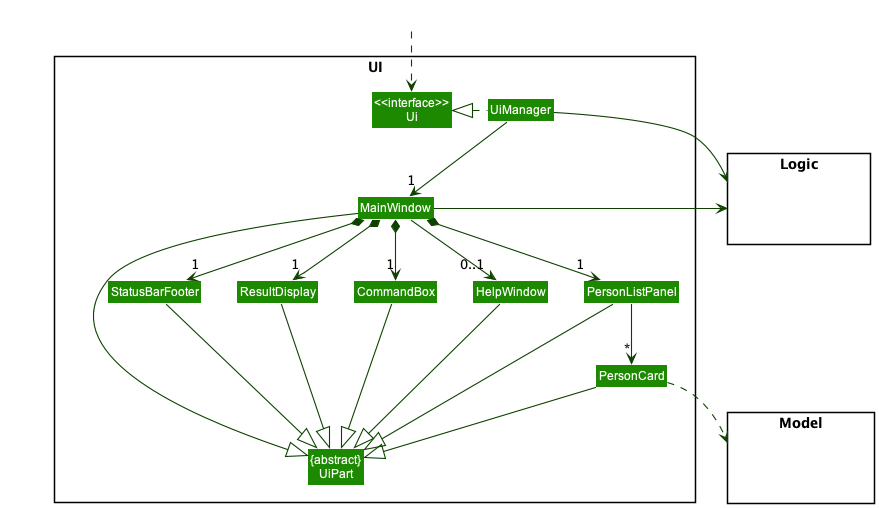
Before: docs/images/UiClassDiagram.png, a diagram exported from PlantUML (nus-cs2103-AY2223S2/tp).
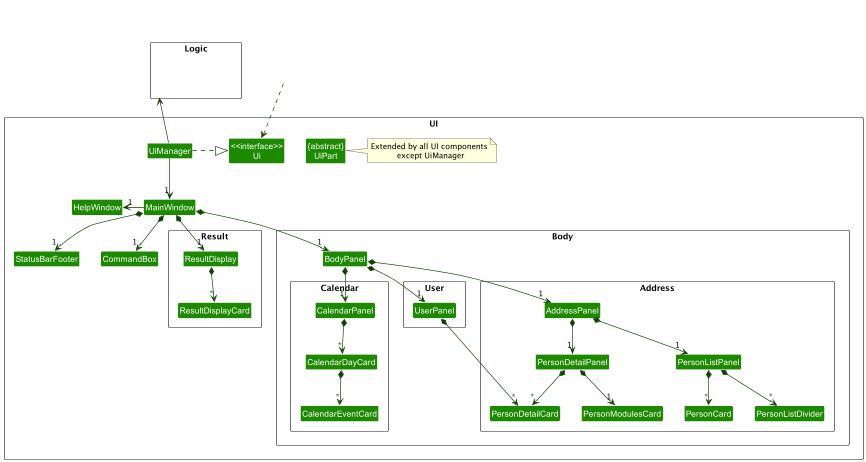
After the commit.

The edit, as a diff of the source:
```diff
@@ -10,15 +10,37 @@
 Class UiManager
 Class MainWindow
 Class HelpWindow
-Class ResultDisplay
-Class PersonListPanel
-Class PersonCard
 Class StatusBarFooter
 Class CommandBox
+
+package Body <<Rectangle>> {
+package User <<Rectangle>> {
+Class UserPanel
+}
+package Calendar <<Rectangle>> {
+Class CalendarPanel
+Class CalendarDayCard
+Class CalendarEventCard
+}
+package Address <<Rectangle>> {
+Class AddressPanel
+Class PersonCard
+Class PersonModulesCard
+Class PersonDetailCard
+Class PersonDetailPanel
+Class PersonListDivider
+Class PersonListPanel
+}
+Class BodyPanel
 }
 
-package Model <<Rectangle>> {
-Class HiddenModel #FFFFFF
+package Result <<Rectangle>> {
+Class ResultDisplay
+Class ResultDisplayCard
+}
+
+note right of UiPart: Extended by all UI components\n except UiManager
+
 }
 
 package Logic <<Rectangle>> {
@@ -28,33 +50,40 @@
 Class HiddenOutside #FFFFFF
 HiddenOutside ..> Ui
 
-UiManager .left.|> Ui
+UiManager .right.|> Ui
 UiManager -down-> "1" MainWindow
+MainWindow *-down-> "1" ResultDisplay
+MainWindow *-down-> "1" BodyPanel
 MainWindow *-down->  "1" CommandBox
-MainWindow *-down-> "1" ResultDisplay
-MainWindow *-down-> "1" PersonListPanel
 MainWindow *-down-> "1" StatusBarFooter
-MainWindow --> "0..1" HelpWindow
+MainWindow -left-> "1" HelpWindow
 
-PersonListPanel -down-> "*" PersonCard
 
-MainWindow -left-|> UiPart
+UiManager -up-> Logic
 
-ResultDisplay --|> UiPart
-CommandBox --|> UiPart
-PersonListPanel --|> UiPart
-PersonCard --|> UiPart
-StatusBarFooter --|> UiPart
-HelpWindow --|> UiPart
+BodyPanel *-down-> "1" AddressPanel
+BodyPanel *-down-> "1" CalendarPanel
+BodyPanel *-down-> "1" UserPanel
 
-PersonCard ..> Model
-UiManager -right-> Logic
-MainWindow -left-> Logic
+CalendarDayCard *-down-> "*" CalendarEventCard
+CalendarPanel *-down-> "*" CalendarDayCard
 
-PersonListPanel -[hidden]left- HelpWindow
-HelpWindow -[hidden]left- CommandBox
-CommandBox -[hidden]left- ResultDisplay
-ResultDisplay -[hidden]left- StatusBarFooter
+AddressPanel *-down-> "1" PersonListPanel
+AddressPanel *-down-> "1" PersonDetailPanel
+PersonListPanel *-down-> "*" PersonCard
+PersonListPanel *-down-> "*" PersonListDivider
+PersonDetailPanel *-down-> "*" PersonDetailCard
+PersonDetailPanel *-down-> "1" PersonModulesCard
 
-MainWindow -[hidden]-|> UiPart
+UserPanel *--down-> "*" PersonDetailCard
+
+ResultDisplay *-down-> "*" ResultDisplayCard
+
+Logic -[hidden]right- HiddenOutside
+Ui -[hidden]right- UiPart
+StatusBarFooter -[hidden]right- CommandBox
+CommandBox -[hidden]right- ResultDisplay
+ResultDisplay -[hidden]right- BodyPanel
+CalendarPanel -[hidden]right- UserPanel
+
 @enduml
```
